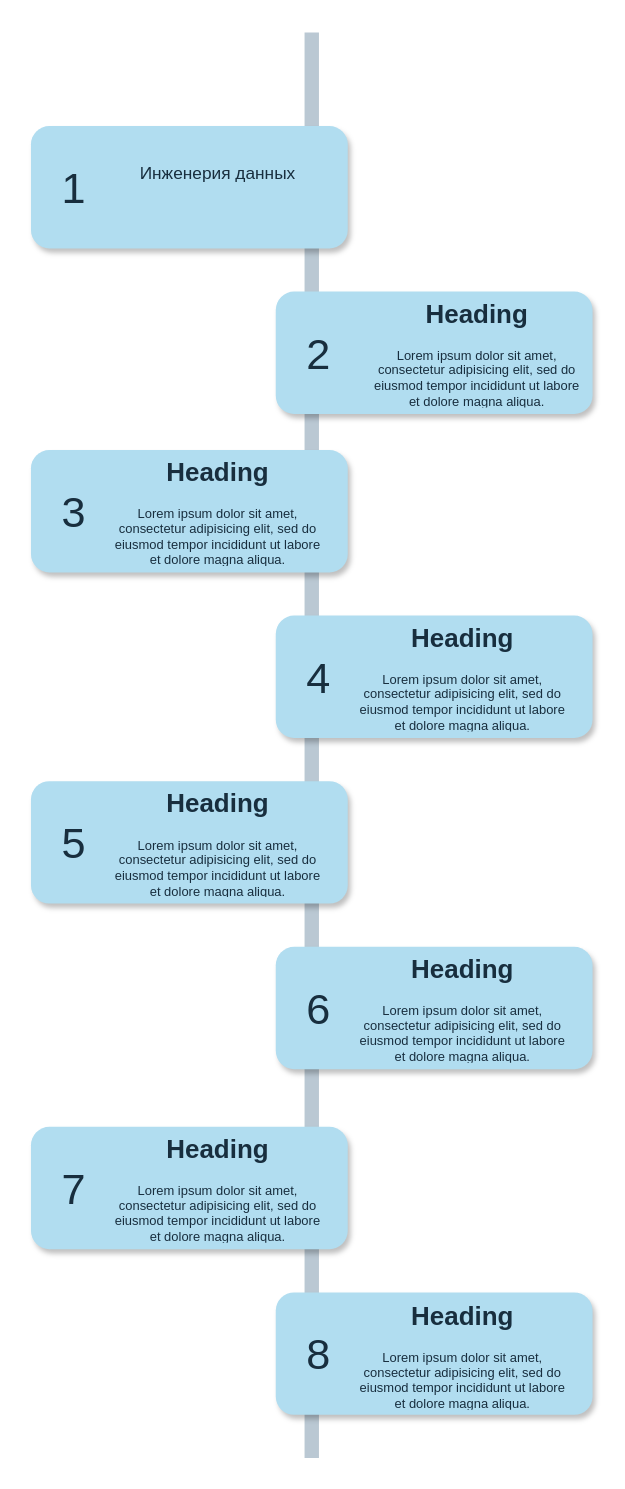
Earlier version of the draw.io diagram Диаграмма без названия.drawio (RuslanKudarov/diagrams). Source tidied: cells renumbered, new cells numbered last; positions are measured from the earlier drawing's top-left corner, leaving out a move shared by most shapes. Both pictures are drawn from the tidied source at 144%, with x=0, y=0 at pixel (30, 32).
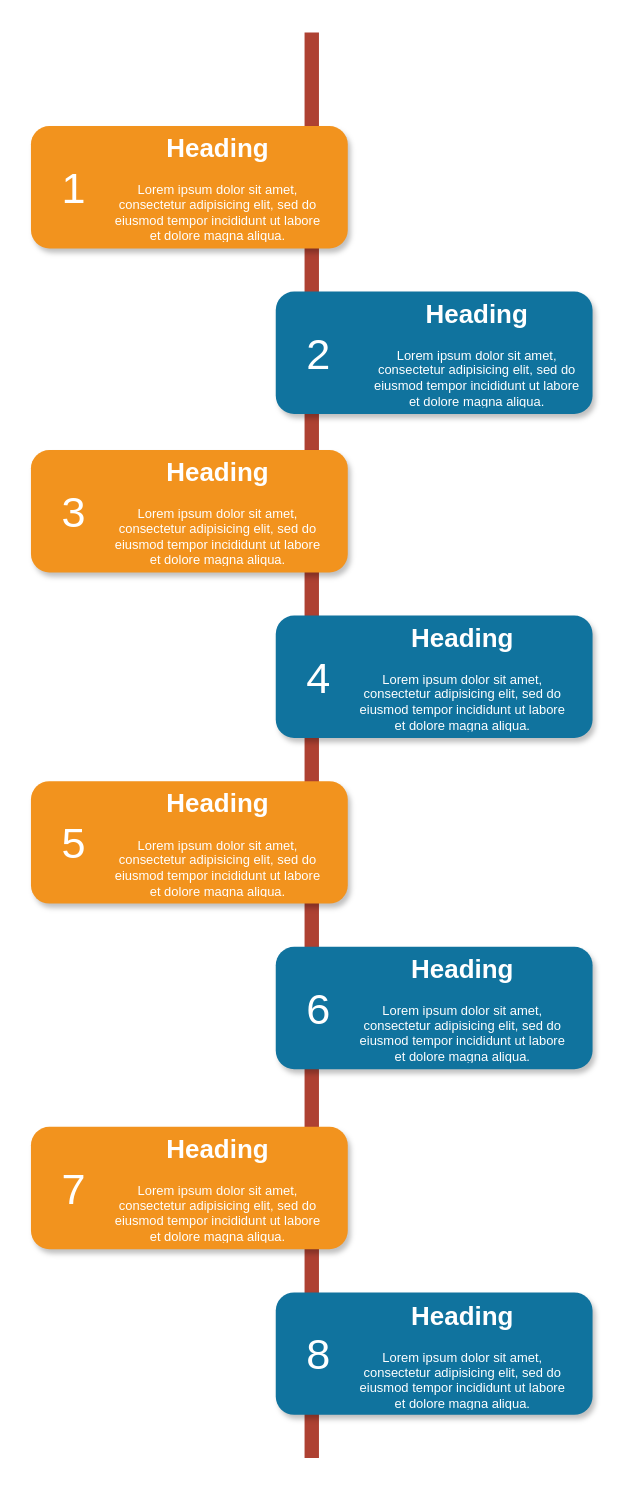
Above is the later version.

The edit, as a diff of the source:
```diff
@@
-    <mxCell id="2" style="line;strokeWidth=10;direction=south;html=1;fillColor=none;fontSize=13;fontColor=#182E3E;align=center;strokeColor=#BAC8D3;labelBackgroundColor=none;rounded=1;" parent="1" vertex="1">
+    <mxCell id="2" style="line;strokeWidth=10;direction=south;html=1;fillColor=none;fontSize=13;fontColor=#000000;align=center;strokeColor=#AE4132;" parent="1" vertex="1">
       <mxGeometry x="190" width="10" height="990" as="geometry" />
     </mxCell>
-    <mxCell id="3" style="rounded=1;whiteSpace=wrap;html=1;strokeColor=none;strokeWidth=1;fillColor=#B1DDF0;fontSize=13;fontColor=#182E3E;align=center;gradientDirection=east;verticalAlign=top;shadow=1;fillStyle=auto;labelBackgroundColor=none;" parent="1" vertex="1">
+    <mxCell id="3" style="rounded=1;whiteSpace=wrap;html=1;strokeColor=none;strokeWidth=1;fillColor=#F2931E;fontSize=13;fontColor=#FFFFFF;align=center;gradientColor=none;gradientDirection=east;verticalAlign=top;shadow=1;" parent="1" vertex="1">
       <mxGeometry y="65" width="220" height="85" as="geometry" />
     </mxCell>
-    <mxCell id="4" value="1" style="text;html=1;strokeColor=none;fillColor=none;align=center;verticalAlign=middle;whiteSpace=wrap;fontSize=30;fontColor=#182E3E;labelBackgroundColor=none;rounded=1;" parent="1" vertex="1">
+    <mxCell id="4" value="1" style="text;html=1;strokeColor=none;fillColor=none;align=center;verticalAlign=middle;whiteSpace=wrap;fontSize=30;fontColor=#FFFFFF;" parent="1" vertex="1">
       <mxGeometry x="10" y="98" width="40" height="20" as="geometry" />
     </mxCell>
-    <mxCell id="5" style="rounded=1;whiteSpace=wrap;html=1;strokeColor=none;strokeWidth=1;fillColor=#B1DDF0;fontSize=13;fontColor=#182E3E;align=center;gradientDirection=east;verticalAlign=top;shadow=1;labelBackgroundColor=none;" parent="1" vertex="1">
+    <mxCell id="5" style="rounded=1;whiteSpace=wrap;html=1;strokeColor=none;strokeWidth=1;fillColor=#10739E;fontSize=13;fontColor=#FFFFFF;align=center;gradientColor=none;gradientDirection=east;verticalAlign=top;shadow=1;" parent="1" vertex="1">
       <mxGeometry x="170" y="180" width="220" height="85" as="geometry" />
     </mxCell>
-    <mxCell id="6" value="2" style="text;html=1;strokeColor=none;fillColor=none;align=center;verticalAlign=middle;whiteSpace=wrap;fontSize=30;fontColor=#182E3E;labelBackgroundColor=none;rounded=1;" parent="1" vertex="1">
+    <mxCell id="6" value="2" style="text;html=1;strokeColor=none;fillColor=none;align=center;verticalAlign=middle;whiteSpace=wrap;fontSize=30;fontColor=#FFFFFF;" parent="1" vertex="1">
       <mxGeometry x="180" y="213" width="40" height="20" as="geometry" />
     </mxCell>
-    <mxCell id="7" style="rounded=1;whiteSpace=wrap;html=1;strokeColor=none;strokeWidth=1;fillColor=#B1DDF0;fontSize=13;fontColor=#182E3E;align=center;gradientDirection=east;verticalAlign=top;shadow=1;labelBackgroundColor=none;" parent="1" vertex="1">
+    <mxCell id="7" style="rounded=1;whiteSpace=wrap;html=1;strokeColor=none;strokeWidth=1;fillColor=#F2931E;fontSize=13;fontColor=#FFFFFF;align=center;gradientColor=none;gradientDirection=east;verticalAlign=top;shadow=1;" parent="1" vertex="1">
       <mxGeometry y="290" width="220" height="85" as="geometry" />
     </mxCell>
-    <mxCell id="8" value="3" style="text;html=1;strokeColor=none;fillColor=none;align=center;verticalAlign=middle;whiteSpace=wrap;fontSize=30;fontColor=#182E3E;labelBackgroundColor=none;rounded=1;" parent="1" vertex="1">
+    <mxCell id="8" value="3" style="text;html=1;strokeColor=none;fillColor=none;align=center;verticalAlign=middle;whiteSpace=wrap;fontSize=30;fontColor=#FFFFFF;" parent="1" vertex="1">
       <mxGeometry x="10" y="323" width="40" height="20" as="geometry" />
     </mxCell>
-    <mxCell id="9" style="rounded=1;whiteSpace=wrap;html=1;strokeColor=none;strokeWidth=1;fillColor=#B1DDF0;fontSize=13;fontColor=#182E3E;align=center;gradientDirection=east;verticalAlign=top;shadow=1;labelBackgroundColor=none;" parent="1" vertex="1">
+    <mxCell id="9" style="rounded=1;whiteSpace=wrap;html=1;strokeColor=none;strokeWidth=1;fillColor=#10739E;fontSize=13;fontColor=#FFFFFF;align=center;gradientColor=none;gradientDirection=east;verticalAlign=top;shadow=1;" parent="1" vertex="1">
       <mxGeometry x="170" y="405" width="220" height="85" as="geometry" />
     </mxCell>
-    <mxCell id="10" value="4" style="text;html=1;strokeColor=none;fillColor=none;align=center;verticalAlign=middle;whiteSpace=wrap;fontSize=30;fontColor=#182E3E;labelBackgroundColor=none;rounded=1;" parent="1" vertex="1">
+    <mxCell id="10" value="4" style="text;html=1;strokeColor=none;fillColor=none;align=center;verticalAlign=middle;whiteSpace=wrap;fontSize=30;fontColor=#FFFFFF;" parent="1" vertex="1">
       <mxGeometry x="180" y="438" width="40" height="20" as="geometry" />
     </mxCell>
-    <mxCell id="11" style="rounded=1;whiteSpace=wrap;html=1;strokeColor=none;strokeWidth=1;fillColor=#B1DDF0;fontSize=13;fontColor=#182E3E;align=center;gradientDirection=east;verticalAlign=top;shadow=1;labelBackgroundColor=none;" parent="1" vertex="1">
+    <mxCell id="11" style="rounded=1;whiteSpace=wrap;html=1;strokeColor=none;strokeWidth=1;fillColor=#F2931E;fontSize=13;fontColor=#FFFFFF;align=center;gradientColor=none;gradientDirection=east;verticalAlign=top;shadow=1;" parent="1" vertex="1">
       <mxGeometry y="520" width="220" height="85" as="geometry" />
     </mxCell>
-    <mxCell id="12" value="5" style="text;html=1;strokeColor=none;fillColor=none;align=center;verticalAlign=middle;whiteSpace=wrap;fontSize=30;fontColor=#182E3E;labelBackgroundColor=none;rounded=1;" parent="1" vertex="1">
+    <mxCell id="12" value="5" style="text;html=1;strokeColor=none;fillColor=none;align=center;verticalAlign=middle;whiteSpace=wrap;fontSize=30;fontColor=#FFFFFF;" parent="1" vertex="1">
       <mxGeometry x="10" y="553" width="40" height="20" as="geometry" />
     </mxCell>
-    <mxCell id="13" style="rounded=1;whiteSpace=wrap;html=1;strokeColor=none;strokeWidth=1;fillColor=#B1DDF0;fontSize=13;fontColor=#182E3E;align=center;gradientDirection=east;verticalAlign=top;shadow=1;labelBackgroundColor=none;" parent="1" vertex="1">
+    <mxCell id="13" style="rounded=1;whiteSpace=wrap;html=1;strokeColor=none;strokeWidth=1;fillColor=#10739E;fontSize=13;fontColor=#FFFFFF;align=center;gradientColor=none;gradientDirection=east;verticalAlign=top;shadow=1;" parent="1" vertex="1">
       <mxGeometry x="170" y="635" width="220" height="85" as="geometry" />
     </mxCell>
-    <mxCell id="14" value="6" style="text;html=1;strokeColor=none;fillColor=none;align=center;verticalAlign=middle;whiteSpace=wrap;fontSize=30;fontColor=#182E3E;labelBackgroundColor=none;rounded=1;" parent="1" vertex="1">
+    <mxCell id="14" value="6" style="text;html=1;strokeColor=none;fillColor=none;align=center;verticalAlign=middle;whiteSpace=wrap;fontSize=30;fontColor=#FFFFFF;" parent="1" vertex="1">
       <mxGeometry x="180" y="668" width="40" height="20" as="geometry" />
     </mxCell>
-    <mxCell id="15" style="rounded=1;whiteSpace=wrap;html=1;strokeColor=none;strokeWidth=1;fillColor=#B1DDF0;fontSize=13;fontColor=#182E3E;align=center;gradientDirection=east;verticalAlign=top;shadow=1;labelBackgroundColor=none;" parent="1" vertex="1">
+    <mxCell id="15" style="rounded=1;whiteSpace=wrap;html=1;strokeColor=none;strokeWidth=1;fillColor=#F2931E;fontSize=13;fontColor=#FFFFFF;align=center;gradientColor=none;gradientDirection=east;verticalAlign=top;shadow=1;" parent="1" vertex="1">
       <mxGeometry y="760" width="220" height="85" as="geometry" />
     </mxCell>
-    <mxCell id="16" value="7" style="text;html=1;strokeColor=none;fillColor=none;align=center;verticalAlign=middle;whiteSpace=wrap;fontSize=30;fontColor=#182E3E;labelBackgroundColor=none;rounded=1;" parent="1" vertex="1">
+    <mxCell id="16" value="7" style="text;html=1;strokeColor=none;fillColor=none;align=center;verticalAlign=middle;whiteSpace=wrap;fontSize=30;fontColor=#FFFFFF;" parent="1" vertex="1">
       <mxGeometry x="10" y="793" width="40" height="20" as="geometry" />
     </mxCell>
-    <mxCell id="17" style="rounded=1;whiteSpace=wrap;html=1;strokeColor=none;strokeWidth=1;fillColor=#B1DDF0;fontSize=13;fontColor=#182E3E;align=center;gradientDirection=east;verticalAlign=top;shadow=1;labelBackgroundColor=none;" parent="1" vertex="1">
+    <mxCell id="17" style="rounded=1;whiteSpace=wrap;html=1;strokeColor=none;strokeWidth=1;fillColor=#10739E;fontSize=13;fontColor=#FFFFFF;align=center;gradientColor=none;gradientDirection=east;verticalAlign=top;shadow=1;" parent="1" vertex="1">
       <mxGeometry x="170" y="875" width="220" height="85" as="geometry" />
     </mxCell>
-    <mxCell id="18" value="8" style="text;html=1;strokeColor=none;fillColor=none;align=center;verticalAlign=middle;whiteSpace=wrap;fontSize=30;fontColor=#182E3E;labelBackgroundColor=none;rounded=1;" parent="1" vertex="1">
+    <mxCell id="18" value="8" style="text;html=1;strokeColor=none;fillColor=none;align=center;verticalAlign=middle;whiteSpace=wrap;fontSize=30;fontColor=#FFFFFF;" parent="1" vertex="1">
       <mxGeometry x="180" y="908" width="40" height="20" as="geometry" />
     </mxCell>
-    <mxCell id="19" value="&lt;h1 style=&quot;font-size: 12px;&quot;&gt;&lt;span style=&quot;font-weight: 400;&quot;&gt;Инженерия данных&lt;/span&gt;&lt;/h1&gt;" style="text;html=1;spacing=5;spacingTop=-20;whiteSpace=wrap;overflow=hidden;strokeColor=none;strokeWidth=4;fillColor=none;fontSize=12;fontColor=#182E3E;align=center;labelBackgroundColor=none;rounded=1;fontFamily=Calibri;verticalAlign=middle;" parent="1" vertex="1">
+    <mxCell id="19" value="&lt;h1&gt;Heading&lt;/h1&gt;&lt;p&gt;Lorem ipsum dolor sit amet, consectetur adipisicing elit, sed do eiusmod tempor incididunt ut labore et dolore magna aliqua.&lt;/p&gt;" style="text;html=1;spacing=5;spacingTop=-20;whiteSpace=wrap;overflow=hidden;strokeColor=none;strokeWidth=4;fillColor=none;gradientColor=#007FFF;fontSize=9;fontColor=#FFFFFF;align=center;" parent="1" vertex="1">
       <mxGeometry x="50" y="69" width="160" height="77" as="geometry" />
     </mxCell>
-    <mxCell id="20" value="&lt;h1&gt;Heading&lt;/h1&gt;&lt;p&gt;Lorem ipsum dolor sit amet, consectetur adipisicing elit, sed do eiusmod tempor incididunt ut labore et dolore magna aliqua.&lt;/p&gt;" style="text;html=1;spacing=5;spacingTop=-20;whiteSpace=wrap;overflow=hidden;strokeColor=none;strokeWidth=4;fillColor=none;fontSize=9;fontColor=#182E3E;align=center;labelBackgroundColor=none;rounded=1;" parent="1" vertex="1">
+    <mxCell id="20" value="&lt;h1&gt;Heading&lt;/h1&gt;&lt;p&gt;Lorem ipsum dolor sit amet, consectetur adipisicing elit, sed do eiusmod tempor incididunt ut labore et dolore magna aliqua.&lt;/p&gt;" style="text;html=1;spacing=5;spacingTop=-20;whiteSpace=wrap;overflow=hidden;strokeColor=none;strokeWidth=4;fillColor=none;gradientColor=#007FFF;fontSize=9;fontColor=#FFFFFF;align=center;" parent="1" vertex="1">
       <mxGeometry x="230" y="184" width="160" height="77" as="geometry" />
     </mxCell>
-    <mxCell id="21" value="&lt;h1&gt;Heading&lt;/h1&gt;&lt;p&gt;Lorem ipsum dolor sit amet, consectetur adipisicing elit, sed do eiusmod tempor incididunt ut labore et dolore magna aliqua.&lt;/p&gt;" style="text;html=1;spacing=5;spacingTop=-20;whiteSpace=wrap;overflow=hidden;strokeColor=none;strokeWidth=4;fillColor=none;fontSize=9;fontColor=#182E3E;align=center;labelBackgroundColor=none;rounded=1;" parent="1" vertex="1">
+    <mxCell id="21" value="&lt;h1&gt;Heading&lt;/h1&gt;&lt;p&gt;Lorem ipsum dolor sit amet, consectetur adipisicing elit, sed do eiusmod tempor incididunt ut labore et dolore magna aliqua.&lt;/p&gt;" style="text;html=1;spacing=5;spacingTop=-20;whiteSpace=wrap;overflow=hidden;strokeColor=none;strokeWidth=4;fillColor=none;gradientColor=#007FFF;fontSize=9;fontColor=#FFFFFF;align=center;" parent="1" vertex="1">
       <mxGeometry x="50" y="294" width="160" height="77" as="geometry" />
     </mxCell>
-    <mxCell id="22" value="&lt;h1&gt;Heading&lt;/h1&gt;&lt;p&gt;Lorem ipsum dolor sit amet, consectetur adipisicing elit, sed do eiusmod tempor incididunt ut labore et dolore magna aliqua.&lt;/p&gt;" style="text;html=1;spacing=5;spacingTop=-20;whiteSpace=wrap;overflow=hidden;strokeColor=none;strokeWidth=4;fillColor=none;fontSize=9;fontColor=#182E3E;align=center;labelBackgroundColor=none;rounded=1;" parent="1" vertex="1">
+    <mxCell id="22" value="&lt;h1&gt;Heading&lt;/h1&gt;&lt;p&gt;Lorem ipsum dolor sit amet, consectetur adipisicing elit, sed do eiusmod tempor incididunt ut labore et dolore magna aliqua.&lt;/p&gt;" style="text;html=1;spacing=5;spacingTop=-20;whiteSpace=wrap;overflow=hidden;strokeColor=none;strokeWidth=4;fillColor=none;gradientColor=#007FFF;fontSize=9;fontColor=#FFFFFF;align=center;" parent="1" vertex="1">
       <mxGeometry x="220" y="409" width="160" height="77" as="geometry" />
     </mxCell>
-    <mxCell id="23" value="&lt;h1&gt;Heading&lt;/h1&gt;&lt;p&gt;Lorem ipsum dolor sit amet, consectetur adipisicing elit, sed do eiusmod tempor incididunt ut labore et dolore magna aliqua.&lt;/p&gt;" style="text;html=1;spacing=5;spacingTop=-20;whiteSpace=wrap;overflow=hidden;strokeColor=none;strokeWidth=4;fillColor=none;fontSize=9;fontColor=#182E3E;align=center;labelBackgroundColor=none;rounded=1;" parent="1" vertex="1">
+    <mxCell id="23" value="&lt;h1&gt;Heading&lt;/h1&gt;&lt;p&gt;Lorem ipsum dolor sit amet, consectetur adipisicing elit, sed do eiusmod tempor incididunt ut labore et dolore magna aliqua.&lt;/p&gt;" style="text;html=1;spacing=5;spacingTop=-20;whiteSpace=wrap;overflow=hidden;strokeColor=none;strokeWidth=4;fillColor=none;gradientColor=#007FFF;fontSize=9;fontColor=#FFFFFF;align=center;" parent="1" vertex="1">
       <mxGeometry x="50" y="524" width="160" height="77" as="geometry" />
     </mxCell>
-    <mxCell id="24" value="&lt;h1&gt;Heading&lt;/h1&gt;&lt;p&gt;Lorem ipsum dolor sit amet, consectetur adipisicing elit, sed do eiusmod tempor incididunt ut labore et dolore magna aliqua.&lt;/p&gt;" style="text;html=1;spacing=5;spacingTop=-20;whiteSpace=wrap;overflow=hidden;strokeColor=none;strokeWidth=4;fillColor=none;fontSize=9;fontColor=#182E3E;align=center;labelBackgroundColor=none;rounded=1;" parent="1" vertex="1">
+    <mxCell id="24" value="&lt;h1&gt;Heading&lt;/h1&gt;&lt;p&gt;Lorem ipsum dolor sit amet, consectetur adipisicing elit, sed do eiusmod tempor incididunt ut labore et dolore magna aliqua.&lt;/p&gt;" style="text;html=1;spacing=5;spacingTop=-20;whiteSpace=wrap;overflow=hidden;strokeColor=none;strokeWidth=4;fillColor=none;gradientColor=#007FFF;fontSize=9;fontColor=#FFFFFF;align=center;" parent="1" vertex="1">
       <mxGeometry x="220" y="639" width="160" height="77" as="geometry" />
     </mxCell>
-    <mxCell id="25" value="&lt;h1&gt;Heading&lt;/h1&gt;&lt;p&gt;Lorem ipsum dolor sit amet, consectetur adipisicing elit, sed do eiusmod tempor incididunt ut labore et dolore magna aliqua.&lt;/p&gt;" style="text;html=1;spacing=5;spacingTop=-20;whiteSpace=wrap;overflow=hidden;strokeColor=none;strokeWidth=4;fillColor=none;fontSize=9;fontColor=#182E3E;align=center;labelBackgroundColor=none;rounded=1;" parent="1" vertex="1">
+    <mxCell id="25" value="&lt;h1&gt;Heading&lt;/h1&gt;&lt;p&gt;Lorem ipsum dolor sit amet, consectetur adipisicing elit, sed do eiusmod tempor incididunt ut labore et dolore magna aliqua.&lt;/p&gt;" style="text;html=1;spacing=5;spacingTop=-20;whiteSpace=wrap;overflow=hidden;strokeColor=none;strokeWidth=4;fillColor=none;gradientColor=#007FFF;fontSize=9;fontColor=#FFFFFF;align=center;" parent="1" vertex="1">
       <mxGeometry x="50" y="764" width="160" height="77" as="geometry" />
     </mxCell>
-    <mxCell id="26" value="&lt;h1&gt;Heading&lt;/h1&gt;&lt;p&gt;Lorem ipsum dolor sit amet, consectetur adipisicing elit, sed do eiusmod tempor incididunt ut labore et dolore magna aliqua.&lt;/p&gt;" style="text;html=1;spacing=5;spacingTop=-20;whiteSpace=wrap;overflow=hidden;strokeColor=none;strokeWidth=4;fillColor=none;fontSize=9;fontColor=#182E3E;align=center;labelBackgroundColor=none;rounded=1;" parent="1" vertex="1">
+    <mxCell id="26" value="&lt;h1&gt;Heading&lt;/h1&gt;&lt;p&gt;Lorem ipsum dolor sit amet, consectetur adipisicing elit, sed do eiusmod tempor incididunt ut labore et dolore magna aliqua.&lt;/p&gt;" style="text;html=1;spacing=5;spacingTop=-20;whiteSpace=wrap;overflow=hidden;strokeColor=none;strokeWidth=4;fillColor=none;gradientColor=#007FFF;fontSize=9;fontColor=#FFFFFF;align=center;" parent="1" vertex="1">
       <mxGeometry x="220" y="880" width="160" height="77" as="geometry" />
     </mxCell>
```
